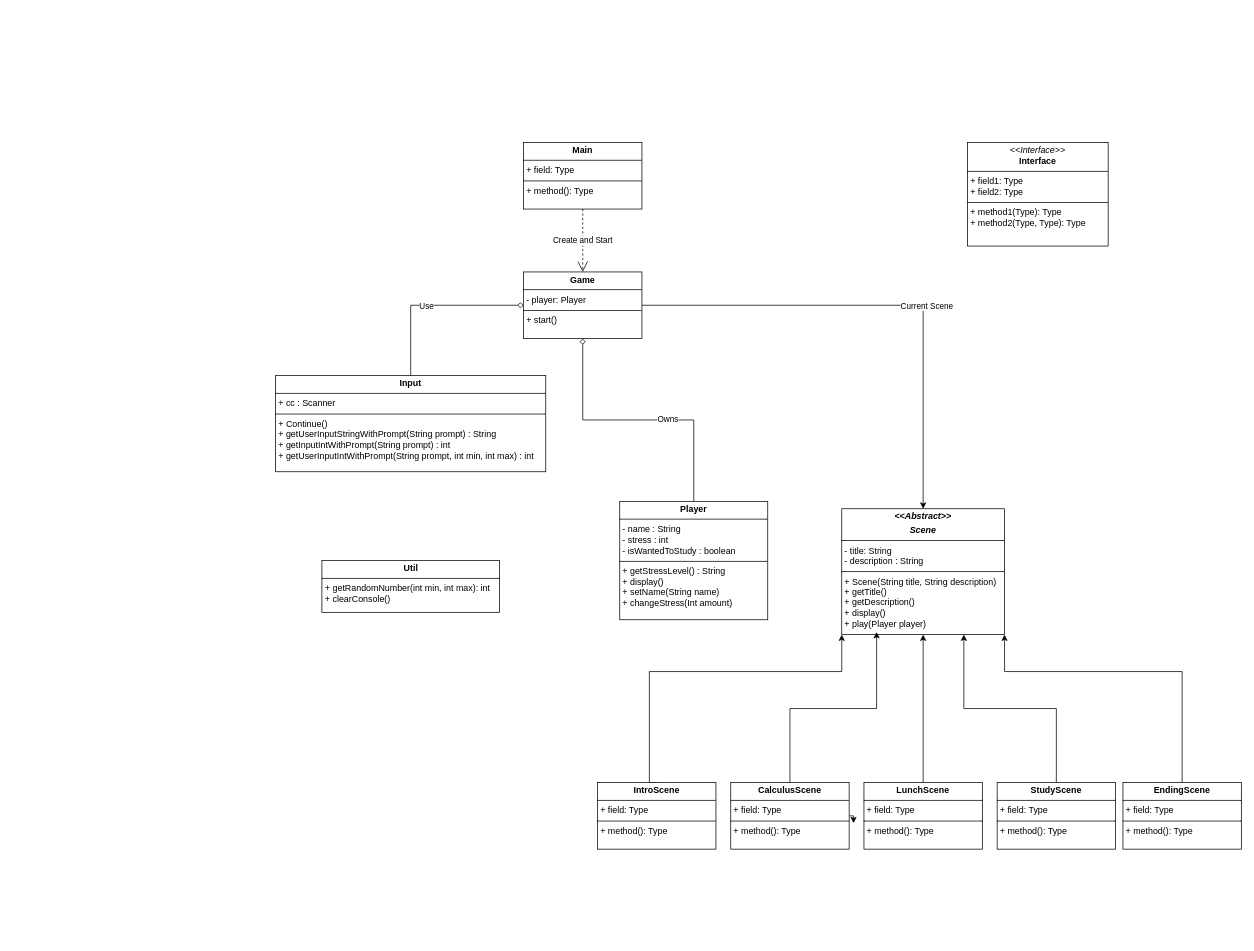
Before: .idea/UML Diagram.drawio in lin-zaw112/cs_adventure, a draw.io diagram. Source tidied: cells renumbered, new cells numbered last; positions are measured from the earlier drawing's top-left corner, leaving out a move shared by most shapes. Both pictures are drawn from the tidied source at 74%, with x=0, y=0 at pixel (275, 142).
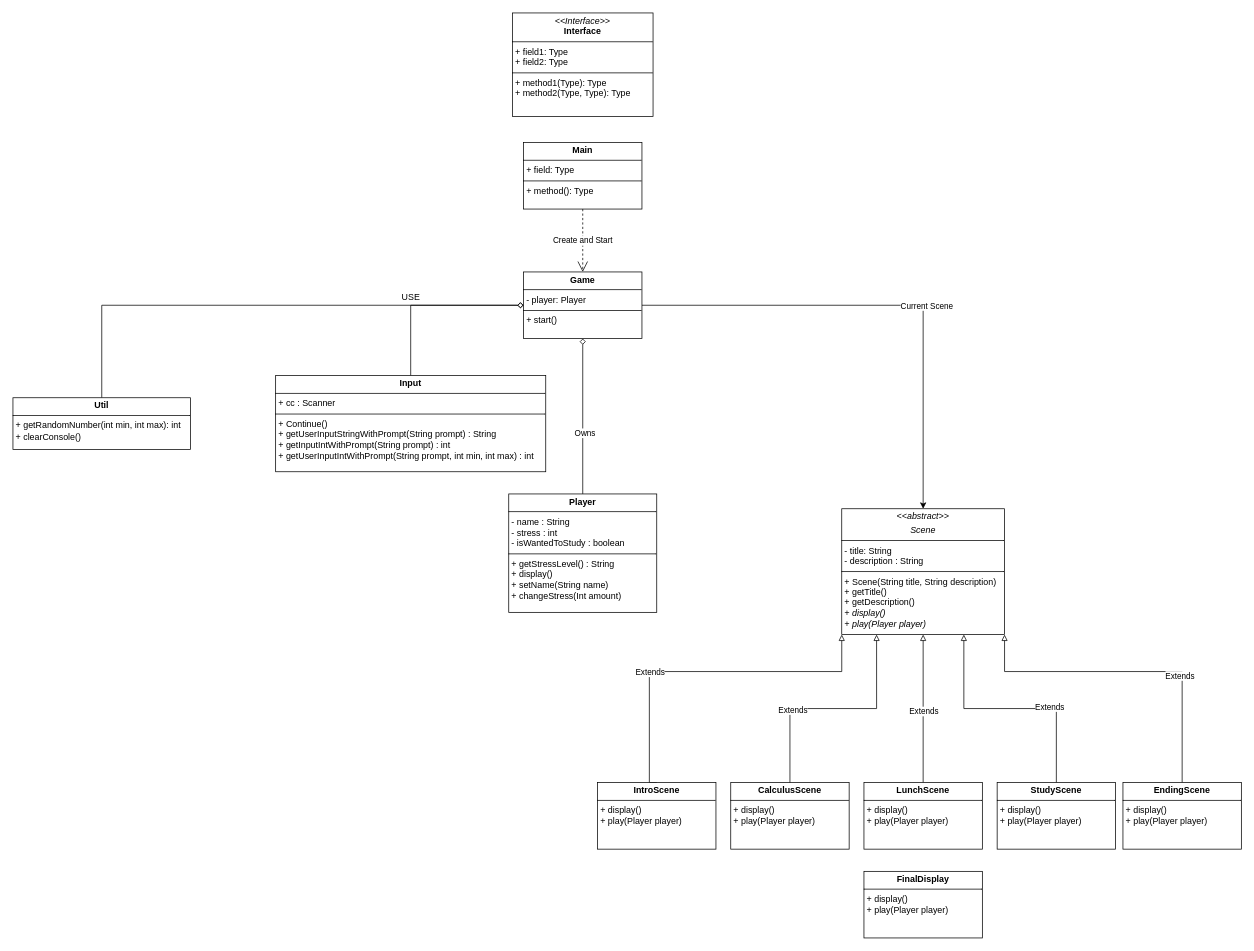
After the change.

The change refers to these unchanged cells:
```xml
<mxCell id="8" value="&lt;p style=&quot;margin:0px;margin-top:4px;text-align:center;&quot;&gt;&lt;b&gt;Game&lt;/b&gt;&lt;/p&gt;&lt;hr size=&quot;1&quot; style=&quot;border-style:solid;&quot;&gt;&lt;p style=&quot;margin:0px;margin-left:4px;&quot;&gt;- player: Player&lt;/p&gt;&lt;hr size=&quot;1&quot; style=&quot;border-style:solid;&quot;&gt;&lt;p style=&quot;margin:0px;margin-left:4px;&quot;&gt;+ start()&lt;/p&gt;" style="verticalAlign=top;align=left;overflow=fill;html=1;whiteSpace=wrap;" parent="1" vertex="1">
  <mxGeometry x="335" y="175" width="160" height="90" as="geometry" />
</mxCell>
<mxCell id="22" style="edgeStyle=orthogonalEdgeStyle;rounded=0;jettySize=auto;html=1;exitX=0.5;exitY=0;exitDx=0;exitDy=0;entryX=0;entryY=0.5;entryDx=0;entryDy=0;defaultLabelBackgroundColor=page;endArrow=diamond;endFill=0;" parent="1" edge="1" source="24" target="8">
  <mxGeometry relative="1" as="geometry" />
</mxCell>
```

The edit, as a diff of the source:
```diff
@@
-    <mxCell id="2" value="&lt;p style=&quot;margin:0px;margin-top:4px;text-align:center;&quot;&gt;&lt;b&gt;&lt;i&gt;&amp;lt;&amp;lt;Abstract&amp;gt;&amp;gt;&lt;/i&gt;&lt;/b&gt;&lt;/p&gt;&lt;p style=&quot;margin:0px;margin-top:4px;text-align:center;&quot;&gt;&lt;b&gt;&lt;i&gt;Scene&lt;/i&gt;&lt;/b&gt;&lt;/p&gt;&lt;hr size=&quot;1&quot; style=&quot;border-style:solid;&quot;&gt;&lt;p style=&quot;margin:0px;margin-left:4px;&quot;&gt;- title: String&lt;br&gt;- description : String&lt;/p&gt;&lt;hr size=&quot;1&quot; style=&quot;border-style:solid;&quot;&gt;&lt;p style=&quot;margin:0px;margin-left:4px;&quot;&gt;+ Scene(String title, String description)&lt;/p&gt;&lt;p style=&quot;margin:0px;margin-left:4px;&quot;&gt;+ getTitle()&lt;br&gt;+ getDescription()&lt;/p&gt;&lt;p style=&quot;margin:0px;margin-left:4px;&quot;&gt;+ display()&amp;nbsp;&lt;/p&gt;&lt;p style=&quot;margin:0px;margin-left:4px;&quot;&gt;+ play(Player player)&lt;/p&gt;" style="verticalAlign=top;align=left;overflow=fill;html=1;whiteSpace=wrap;" parent="1" vertex="1">
+    <mxCell id="2" value="&lt;p style=&quot;margin:0px;margin-top:4px;text-align:center;&quot;&gt;&lt;i style=&quot;&quot;&gt;&amp;lt;&amp;lt;abstract&amp;gt;&amp;gt;&lt;/i&gt;&lt;/p&gt;&lt;p style=&quot;margin:0px;margin-top:4px;text-align:center;&quot;&gt;&lt;i style=&quot;&quot;&gt;Scene&lt;/i&gt;&lt;/p&gt;&lt;hr size=&quot;1&quot; style=&quot;border-style:solid;&quot;&gt;&lt;p style=&quot;margin:0px;margin-left:4px;&quot;&gt;- title: String&lt;br&gt;- description : String&lt;/p&gt;&lt;hr size=&quot;1&quot; style=&quot;border-style:solid;&quot;&gt;&lt;p style=&quot;margin:0px;margin-left:4px;&quot;&gt;+ Scene(String title, String description)&lt;/p&gt;&lt;p style=&quot;margin:0px;margin-left:4px;&quot;&gt;+ getTitle()&lt;br&gt;+ getDescription()&lt;/p&gt;&lt;p style=&quot;margin:0px;margin-left:4px;&quot;&gt;&lt;i&gt;+ display()&amp;nbsp;&lt;/i&gt;&lt;/p&gt;&lt;p style=&quot;margin:0px;margin-left:4px;&quot;&gt;&lt;i&gt;+ play(Player player)&lt;/i&gt;&lt;/p&gt;" style="verticalAlign=top;align=left;overflow=fill;html=1;whiteSpace=wrap;" parent="1" vertex="1">
       <mxGeometry x="765" y="495" width="220" height="170" as="geometry" />
     </mxCell>
@@
-    <mxCell id="4" style="edgeStyle=orthogonalEdgeStyle;rounded=0;jettySize=auto;html=1;exitX=0.5;exitY=0;exitDx=0;exitDy=0;entryX=0;entryY=1;entryDx=0;entryDy=0;defaultLabelBackgroundColor=page;" parent="1" edge="1" source="5" target="2">
+    <mxCell id="4" style="edgeStyle=orthogonalEdgeStyle;rounded=0;jettySize=auto;html=1;exitX=0.5;exitY=0;exitDx=0;exitDy=0;entryX=0;entryY=1;entryDx=0;entryDy=0;defaultLabelBackgroundColor=page;endArrow=block;endFill=0;" parent="1" edge="1" source="5" target="2">
       <mxGeometry relative="1" as="geometry">
         <Array as="points">
           <mxPoint x="505" y="865" />
           <mxPoint x="505" y="715" />
           <mxPoint x="765" y="715" />
         </Array>
       </mxGeometry>
     </mxCell>
+    <mxCell id="27" value="Extends" style="edgeLabel;html=1;align=center;verticalAlign=middle;inheritText=1;defaultLabelBackgroundColor=page;" parent="4" vertex="1">
+      <mxGeometry x="-0.32" y="1" relative="1" as="geometry">
+        <mxPoint y="1" as="offset" />
+      </mxGeometry>
+    </mxCell>
-    <mxCell id="5" value="&lt;p style=&quot;margin:0px;margin-top:4px;text-align:center;&quot;&gt;&lt;b&gt;IntroScene&lt;/b&gt;&lt;/p&gt;&lt;hr size=&quot;1&quot; style=&quot;border-style:solid;&quot;&gt;&lt;p style=&quot;margin:0px;margin-left:4px;&quot;&gt;+ field: Type&lt;/p&gt;&lt;hr size=&quot;1&quot; style=&quot;border-style:solid;&quot;&gt;&lt;p style=&quot;margin:0px;margin-left:4px;&quot;&gt;+ method(): Type&lt;/p&gt;" style="verticalAlign=top;align=left;overflow=fill;html=1;whiteSpace=wrap;" parent="1" vertex="1">
+    <mxCell id="5" value="&lt;p style=&quot;margin:0px;margin-top:4px;text-align:center;&quot;&gt;&lt;b&gt;IntroScene&lt;/b&gt;&lt;/p&gt;&lt;hr size=&quot;1&quot; style=&quot;border-style:solid;&quot;&gt;&lt;p style=&quot;margin: 0px 0px 0px 4px;&quot;&gt;+ display()&amp;nbsp;&lt;/p&gt;&lt;p style=&quot;margin: 0px 0px 0px 4px;&quot;&gt;+ play(Player player)&lt;/p&gt;" style="verticalAlign=top;align=left;overflow=fill;html=1;whiteSpace=wrap;" parent="1" vertex="1">
       <mxGeometry x="435" y="865" width="160" height="90" as="geometry" />
     </mxCell>
@@
     <mxCell id="11" value="&lt;p style=&quot;margin:0px;margin-top:4px;text-align:center;&quot;&gt;&lt;b&gt;Player&lt;/b&gt;&lt;/p&gt;&lt;hr size=&quot;1&quot; style=&quot;border-style:solid;&quot;&gt;&lt;p style=&quot;margin:0px;margin-left:4px;&quot;&gt;- name : String&lt;/p&gt;&lt;p style=&quot;margin:0px;margin-left:4px;&quot;&gt;- stress : int&lt;/p&gt;&lt;p style=&quot;margin:0px;margin-left:4px;&quot;&gt;- isWantedToStudy : boolean&lt;/p&gt;&lt;hr size=&quot;1&quot; style=&quot;border-style:solid;&quot;&gt;&lt;p style=&quot;margin:0px;margin-left:4px;&quot;&gt;+ getStressLevel() : String&lt;/p&gt;&lt;p style=&quot;margin:0px;margin-left:4px;&quot;&gt;+ display()&lt;/p&gt;&lt;p style=&quot;margin:0px;margin-left:4px;&quot;&gt;+ setName(String name)&lt;/p&gt;&lt;p style=&quot;margin:0px;margin-left:4px;&quot;&gt;+ changeStress(Int amount)&lt;/p&gt;" style="verticalAlign=top;align=left;overflow=fill;html=1;whiteSpace=wrap;" parent="1" vertex="1">
-      <mxGeometry x="465" y="485" width="200" height="160" as="geometry" />
+      <mxGeometry x="315" y="475" width="200" height="160" as="geometry" />
     </mxCell>
-    <mxCell id="12" style="edgeStyle=orthogonalEdgeStyle;rounded=0;jettySize=auto;html=1;exitX=0.5;exitY=0;exitDx=0;exitDy=0;entryX=0.5;entryY=1;entryDx=0;entryDy=0;defaultLabelBackgroundColor=page;" parent="1" edge="1" source="13" target="2">
+    <mxCell id="12" style="edgeStyle=orthogonalEdgeStyle;rounded=0;jettySize=auto;html=1;exitX=0.5;exitY=0;exitDx=0;exitDy=0;entryX=0.5;entryY=1;entryDx=0;entryDy=0;defaultLabelBackgroundColor=page;endArrow=block;endFill=0;" parent="1" edge="1" source="13" target="2">
       <mxGeometry relative="1" as="geometry" />
     </mxCell>
+    <mxCell id="28" value="Extends" style="edgeLabel;html=1;align=center;verticalAlign=middle;inheritText=1;defaultLabelBackgroundColor=page;" parent="12" vertex="1">
+      <mxGeometry x="-0.03" relative="1" as="geometry" />
+    </mxCell>
-    <mxCell id="13" value="&lt;p style=&quot;margin:0px;margin-top:4px;text-align:center;&quot;&gt;&lt;b&gt;LunchScene&lt;/b&gt;&lt;/p&gt;&lt;hr size=&quot;1&quot; style=&quot;border-style:solid;&quot;&gt;&lt;p style=&quot;margin:0px;margin-left:4px;&quot;&gt;+ field: Type&lt;/p&gt;&lt;hr size=&quot;1&quot; style=&quot;border-style:solid;&quot;&gt;&lt;p style=&quot;margin:0px;margin-left:4px;&quot;&gt;+ method(): Type&lt;/p&gt;" style="verticalAlign=top;align=left;overflow=fill;html=1;whiteSpace=wrap;" parent="1" vertex="1">
+    <mxCell id="13" value="&lt;p style=&quot;margin:0px;margin-top:4px;text-align:center;&quot;&gt;&lt;b&gt;LunchScene&lt;/b&gt;&lt;/p&gt;&lt;hr size=&quot;1&quot; style=&quot;border-style:solid;&quot;&gt;&lt;p style=&quot;margin: 0px 0px 0px 4px;&quot;&gt;+ display()&amp;nbsp;&lt;/p&gt;&lt;p style=&quot;margin: 0px 0px 0px 4px;&quot;&gt;+ play(Player player)&lt;/p&gt;" style="verticalAlign=top;align=left;overflow=fill;html=1;whiteSpace=wrap;" parent="1" vertex="1">
       <mxGeometry x="795" y="865" width="160" height="90" as="geometry" />
     </mxCell>
-    <mxCell id="14" style="edgeStyle=orthogonalEdgeStyle;rounded=0;jettySize=auto;html=1;exitX=0.5;exitY=0;exitDx=0;exitDy=0;entryX=0.75;entryY=1;entryDx=0;entryDy=0;defaultLabelBackgroundColor=page;" parent="1" edge="1" source="15" target="2">
+    <mxCell id="14" style="edgeStyle=orthogonalEdgeStyle;rounded=0;jettySize=auto;html=1;exitX=0.5;exitY=0;exitDx=0;exitDy=0;entryX=0.75;entryY=1;entryDx=0;entryDy=0;defaultLabelBackgroundColor=page;endArrow=block;endFill=0;" parent="1" edge="1" source="15" target="2">
       <mxGeometry relative="1" as="geometry" />
     </mxCell>
+    <mxCell id="29" value="Extends" style="edgeLabel;html=1;align=center;verticalAlign=middle;inheritText=1;defaultLabelBackgroundColor=page;" parent="14" vertex="1">
+      <mxGeometry x="-0.32" y="-3" relative="1" as="geometry" />
+    </mxCell>
-    <mxCell id="15" value="&lt;p style=&quot;margin:0px;margin-top:4px;text-align:center;&quot;&gt;&lt;b&gt;StudyScene&lt;/b&gt;&lt;/p&gt;&lt;hr size=&quot;1&quot; style=&quot;border-style:solid;&quot;&gt;&lt;p style=&quot;margin:0px;margin-left:4px;&quot;&gt;+ field: Type&lt;/p&gt;&lt;hr size=&quot;1&quot; style=&quot;border-style:solid;&quot;&gt;&lt;p style=&quot;margin:0px;margin-left:4px;&quot;&gt;+ method(): Type&lt;/p&gt;" style="verticalAlign=top;align=left;overflow=fill;html=1;whiteSpace=wrap;" parent="1" vertex="1">
+    <mxCell id="15" value="&lt;p style=&quot;margin:0px;margin-top:4px;text-align:center;&quot;&gt;&lt;b&gt;StudyScene&lt;/b&gt;&lt;/p&gt;&lt;hr size=&quot;1&quot; style=&quot;border-style:solid;&quot;&gt;&lt;p style=&quot;margin:0px;margin-left:4px;&quot;&gt;&lt;/p&gt;&lt;p style=&quot;margin: 0px 0px 0px 4px;&quot;&gt;+ display()&amp;nbsp;&lt;/p&gt;&lt;p style=&quot;margin: 0px 0px 0px 4px;&quot;&gt;+ play(Player player)&lt;/p&gt;" style="verticalAlign=top;align=left;overflow=fill;html=1;whiteSpace=wrap;" parent="1" vertex="1">
       <mxGeometry x="975" y="865" width="160" height="90" as="geometry" />
     </mxCell>
-    <mxCell id="16" value="&lt;p style=&quot;margin:0px;margin-top:4px;text-align:center;&quot;&gt;&lt;b&gt;CalculusScene&lt;/b&gt;&lt;/p&gt;&lt;hr size=&quot;1&quot; style=&quot;border-style:solid;&quot;&gt;&lt;p style=&quot;margin:0px;margin-left:4px;&quot;&gt;+ field: Type&lt;/p&gt;&lt;hr size=&quot;1&quot; style=&quot;border-style:solid;&quot;&gt;&lt;p style=&quot;margin:0px;margin-left:4px;&quot;&gt;+ method(): Type&lt;/p&gt;" style="verticalAlign=top;align=left;overflow=fill;html=1;whiteSpace=wrap;" parent="1" vertex="1">
+    <mxCell id="16" value="&lt;p style=&quot;margin:0px;margin-top:4px;text-align:center;&quot;&gt;&lt;b&gt;CalculusScene&lt;/b&gt;&lt;/p&gt;&lt;hr size=&quot;1&quot; style=&quot;border-style:solid;&quot;&gt;&lt;p style=&quot;margin: 0px 0px 0px 4px;&quot;&gt;+ display()&amp;nbsp;&lt;/p&gt;&lt;p style=&quot;margin: 0px 0px 0px 4px;&quot;&gt;+ play(Player player)&lt;/p&gt;" style="verticalAlign=top;align=left;overflow=fill;html=1;whiteSpace=wrap;" parent="1" vertex="1">
       <mxGeometry x="615" y="865" width="160" height="90" as="geometry" />
     </mxCell>
-    <mxCell id="17" style="edgeStyle=orthogonalEdgeStyle;rounded=0;jettySize=auto;html=1;exitX=0.5;exitY=0;exitDx=0;exitDy=0;defaultLabelBackgroundColor=page;entryX=1;entryY=1;entryDx=0;entryDy=0;" parent="1" edge="1" source="18" target="2">
+    <mxCell id="17" style="edgeStyle=orthogonalEdgeStyle;rounded=0;jettySize=auto;html=1;exitX=0.5;exitY=0;exitDx=0;exitDy=0;defaultLabelBackgroundColor=page;entryX=1;entryY=1;entryDx=0;entryDy=0;endArrow=block;endFill=0;" parent="1" edge="1" source="18" target="2">
       <mxGeometry x="0.15" relative="1" as="geometry">
         <Array as="points">
           <mxPoint x="1225" y="715" />
           <mxPoint x="985" y="715" />
         </Array>
       </mxGeometry>
     </mxCell>
+    <mxCell id="30" value="Extends" style="edgeLabel;html=1;align=center;verticalAlign=middle;inheritText=1;defaultLabelBackgroundColor=page;" parent="17" vertex="1">
+      <mxGeometry x="-0.34" y="4" relative="1" as="geometry" />
+    </mxCell>
-    <mxCell id="18" value="&lt;p style=&quot;margin:0px;margin-top:4px;text-align:center;&quot;&gt;&lt;b&gt;EndingScene&lt;/b&gt;&lt;/p&gt;&lt;hr size=&quot;1&quot; style=&quot;border-style:solid;&quot;&gt;&lt;p style=&quot;margin:0px;margin-left:4px;&quot;&gt;+ field: Type&lt;/p&gt;&lt;hr size=&quot;1&quot; style=&quot;border-style:solid;&quot;&gt;&lt;p style=&quot;margin:0px;margin-left:4px;&quot;&gt;+ method(): Type&lt;/p&gt;" style="verticalAlign=top;align=left;overflow=fill;html=1;whiteSpace=wrap;" parent="1" vertex="1">
+    <mxCell id="18" value="&lt;p style=&quot;margin:0px;margin-top:4px;text-align:center;&quot;&gt;&lt;b&gt;EndingScene&lt;/b&gt;&lt;/p&gt;&lt;hr size=&quot;1&quot; style=&quot;border-style:solid;&quot;&gt;&lt;p style=&quot;margin: 0px 0px 0px 4px;&quot;&gt;+ display()&amp;nbsp;&lt;/p&gt;&lt;p style=&quot;margin: 0px 0px 0px 4px;&quot;&gt;+ play(Player player)&lt;/p&gt;" style="verticalAlign=top;align=left;overflow=fill;html=1;whiteSpace=wrap;" parent="1" vertex="1">
       <mxGeometry x="1145" y="865" width="160" height="90" as="geometry" />
     </mxCell>
-    <mxCell id="19" style="edgeStyle=orthogonalEdgeStyle;rounded=0;jettySize=auto;html=1;exitX=0.5;exitY=0;exitDx=0;exitDy=0;entryX=0.214;entryY=0.98;entryDx=0;entryDy=0;entryPerimeter=0;defaultLabelBackgroundColor=page;" parent="1" edge="1" source="16" target="2">
-      <mxGeometry relative="1" as="geometry" />
+    <mxCell id="19" style="edgeStyle=orthogonalEdgeStyle;rounded=0;jettySize=auto;html=1;exitX=0.5;exitY=0;exitDx=0;exitDy=0;entryX=0.214;entryY=1;entryDx=0;entryDy=0;entryPerimeter=0;defaultLabelBackgroundColor=page;endArrow=block;endFill=0;" parent="1" edge="1" source="16" target="2">
+      <mxGeometry x="0.01" relative="1" as="geometry" />
     </mxCell>
+    <mxCell id="31" value="Extends" style="edgeLabel;html=1;align=center;verticalAlign=middle;inheritText=1;defaultLabelBackgroundColor=page;" parent="19" vertex="1">
+      <mxGeometry x="-0.35" y="-1" relative="1" as="geometry" />
+    </mxCell>
+    <mxCell id="32" style="edgeStyle=orthogonalEdgeStyle;rounded=0;jettySize=auto;html=1;exitX=0.5;exitY=0;exitDx=0;exitDy=0;entryX=0;entryY=0.5;entryDx=0;entryDy=0;defaultLabelBackgroundColor=page;endArrow=diamond;endFill=0;" parent="1" edge="1" source="20" target="8">
+      <mxGeometry relative="1" as="geometry" />
+    </mxCell>
     <mxCell id="20" value="&lt;p style=&quot;margin:0px;margin-top:4px;text-align:center;&quot;&gt;&lt;b&gt;Util&lt;/b&gt;&lt;/p&gt;&lt;hr size=&quot;1&quot; style=&quot;border-style:solid;&quot;&gt;&lt;div style=&quot;height:2px;&quot;&gt;&lt;p style=&quot;margin: 0px 0px 0px 4px;&quot;&gt;+ getRandomNumber(int min, int max): int&lt;/p&gt;&lt;p style=&quot;margin: 0px 0px 0px 4px;&quot;&gt;+ clearConsole()&lt;/p&gt;&lt;/div&gt;" style="verticalAlign=top;align=left;overflow=fill;html=1;whiteSpace=wrap;" parent="1" vertex="1">
-      <mxGeometry x="62.5" y="565" width="240" height="70" as="geometry" />
+      <mxGeometry x="-355" y="345" width="240" height="70" as="geometry" />
     </mxCell>
     <mxCell id="21" value="&lt;p style=&quot;margin:0px;margin-top:4px;text-align:center;&quot;&gt;&lt;i&gt;&amp;lt;&amp;lt;Interface&amp;gt;&amp;gt;&lt;/i&gt;&lt;br/&gt;&lt;b&gt;Interface&lt;/b&gt;&lt;/p&gt;&lt;hr size=&quot;1&quot; style=&quot;border-style:solid;&quot;/&gt;&lt;p style=&quot;margin:0px;margin-left:4px;&quot;&gt;+ field1: Type&lt;br/&gt;+ field2: Type&lt;/p&gt;&lt;hr size=&quot;1&quot; style=&quot;border-style:solid;&quot;/&gt;&lt;p style=&quot;margin:0px;margin-left:4px;&quot;&gt;+ method1(Type): Type&lt;br/&gt;+ method2(Type, Type): Type&lt;/p&gt;" style="verticalAlign=top;align=left;overflow=fill;html=1;whiteSpace=wrap;" parent="1" vertex="1">
-      <mxGeometry x="935" width="190" height="140" as="geometry" />
+      <mxGeometry x="320" y="-175" width="190" height="140" as="geometry" />
     </mxCell>
@@
-    <mxCell id="23" value="Use" style="edgeLabel;html=1;align=center;verticalAlign=middle;inheritText=1;defaultLabelBackgroundColor=page;" parent="22" vertex="1">
-      <mxGeometry x="-0.06" relative="1" as="geometry" />
-    </mxCell>
@@
-    <mxCell id="26" style="edgeStyle=orthogonalEdgeStyle;rounded=0;orthogonalLoop=1;jettySize=auto;html=1;innerLoopWaypoints=1;exitX=1;exitY=0.5;exitDx=0;exitDy=0;entryX=1.037;entryY=0.61;entryDx=0;entryDy=0;entryPerimeter=0;defaultLabelBackgroundColor=page;" parent="1" edge="1" source="16" target="16">
-      <mxGeometry relative="1" as="geometry" />
-    </mxCell>
+    <mxCell id="33" value="USE" style="text;html=1;whiteSpace=wrap;strokeColor=none;fillColor=none;align=center;verticalAlign=middle;rounded=0;" parent="1" vertex="1">
+      <mxGeometry x="152.5" y="195" width="60" height="30" as="geometry" />
+    </mxCell>
+    <mxCell id="34" value="&lt;p style=&quot;margin:0px;margin-top:4px;text-align:center;&quot;&gt;&lt;b&gt;FinalDisplay&lt;/b&gt;&lt;/p&gt;&lt;hr size=&quot;1&quot; style=&quot;border-style:solid;&quot;&gt;&lt;p style=&quot;margin: 0px 0px 0px 4px;&quot;&gt;+ display()&amp;nbsp;&lt;/p&gt;&lt;p style=&quot;margin: 0px 0px 0px 4px;&quot;&gt;+ play(Player player)&lt;/p&gt;" style="verticalAlign=top;align=left;overflow=fill;html=1;whiteSpace=wrap;" parent="1" vertex="1">
+      <mxGeometry x="795" y="985" width="160" height="90" as="geometry" />
+    </mxCell>
```
